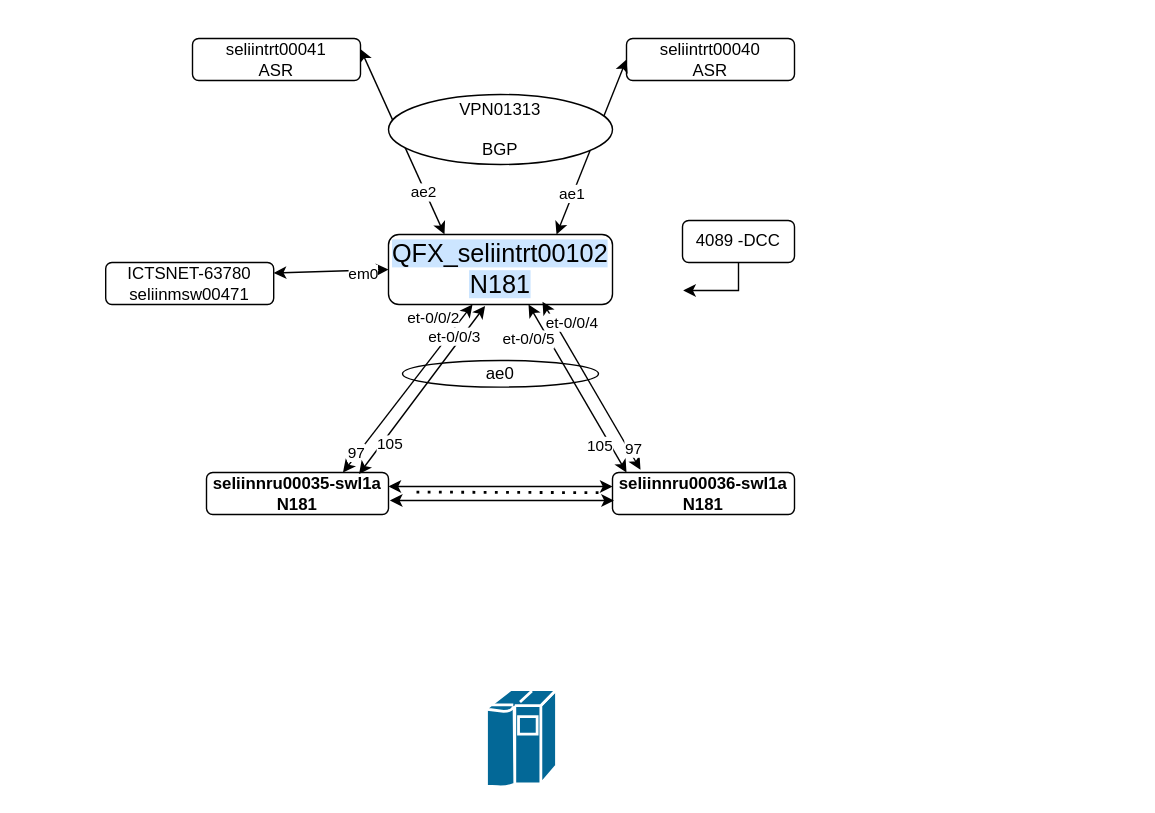
Earlier version of the draw.io diagram page "VPN01313" (4 of 4) of N99_N280EXMPLE.drawio (nabi69/python-random-quote). Source tidied: cells renumbered, new cells numbered last; positions are measured from the earlier drawing's top-left corner, leaving out a move shared by most shapes. Both pictures are drawn from the tidied source at 140%, with x=0, y=0 at pixel (105, 38).
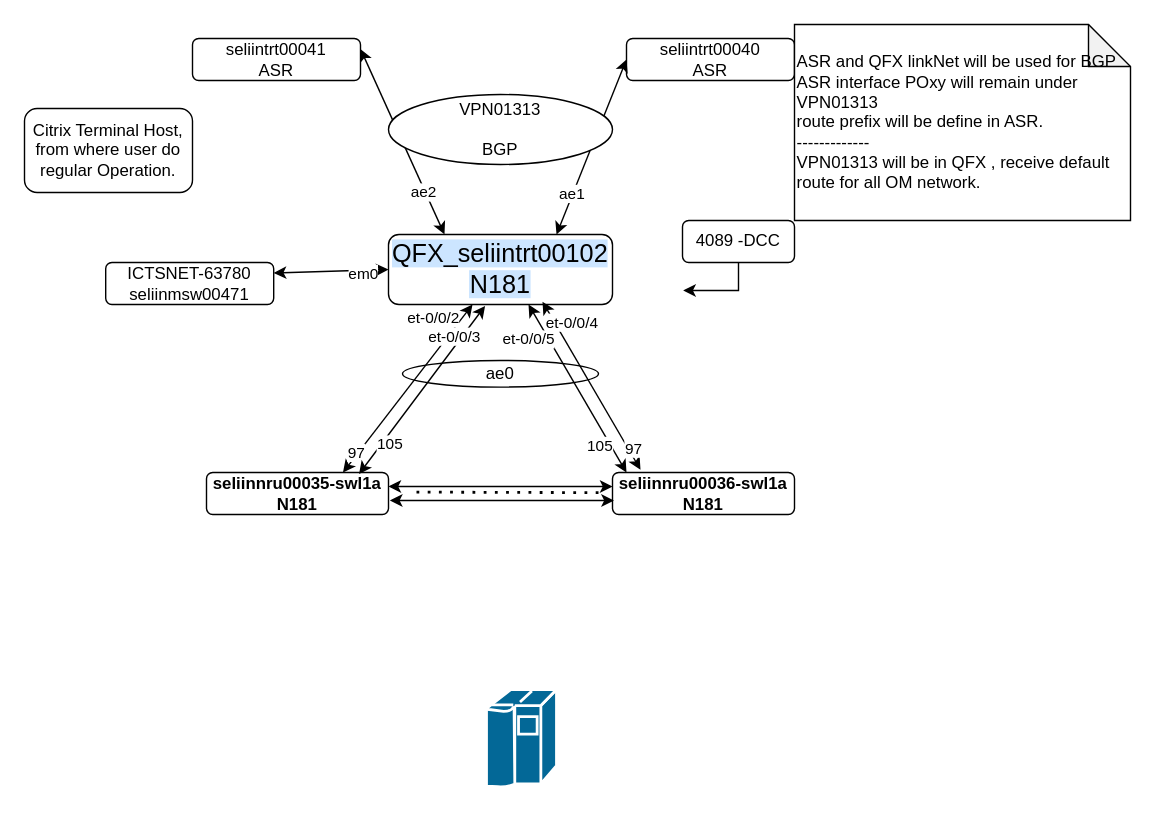
After the change.

Diff of the diagram source:
```diff
@@
+    <mxCell id="34" value="ASR and QFX linkNet will be used for BGP&lt;br&gt;ASR interface POxy will remain under VPN01313&lt;br&gt;route prefix will be define in ASR.&lt;br&gt;-------------&amp;nbsp;&lt;br&gt;VPN01313 will be in QFX , receive default route for all OM network." style="shape=note;whiteSpace=wrap;html=1;backgroundOutline=1;darkOpacity=0.05;align=left;" parent="1" vertex="1">
+      <mxGeometry x="492" y="-10" width="240" height="140" as="geometry" />
+    </mxCell>
+    <mxCell id="35" value="Citrix Terminal Host, from where user do regular Operation." style="rounded=1;whiteSpace=wrap;html=1;" parent="1" vertex="1">
+      <mxGeometry x="-58" y="50" width="120" height="60" as="geometry" />
+    </mxCell>
```
